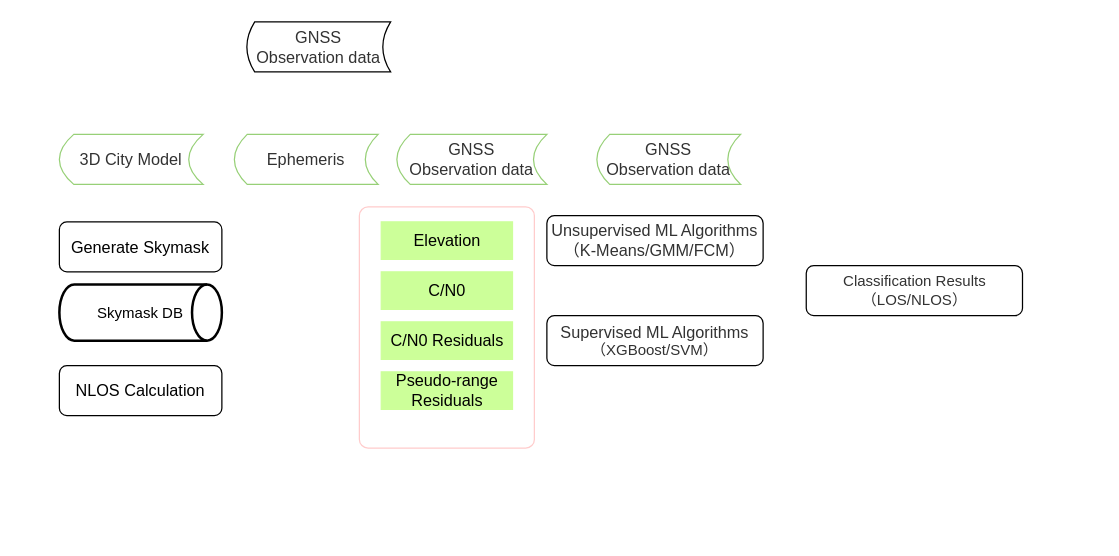
This is drawio/GNSS.drawio from huzihe/pyplot, a draw.io file, before an edit. Source tidied: cells renumbered, new cells numbered last; positions are measured from the earlier drawing's top-left corner, leaving out a move shared by most shapes. Both pictures are drawn from the tidied source at 125%, with x=0, y=0 at pixel (59, 21).
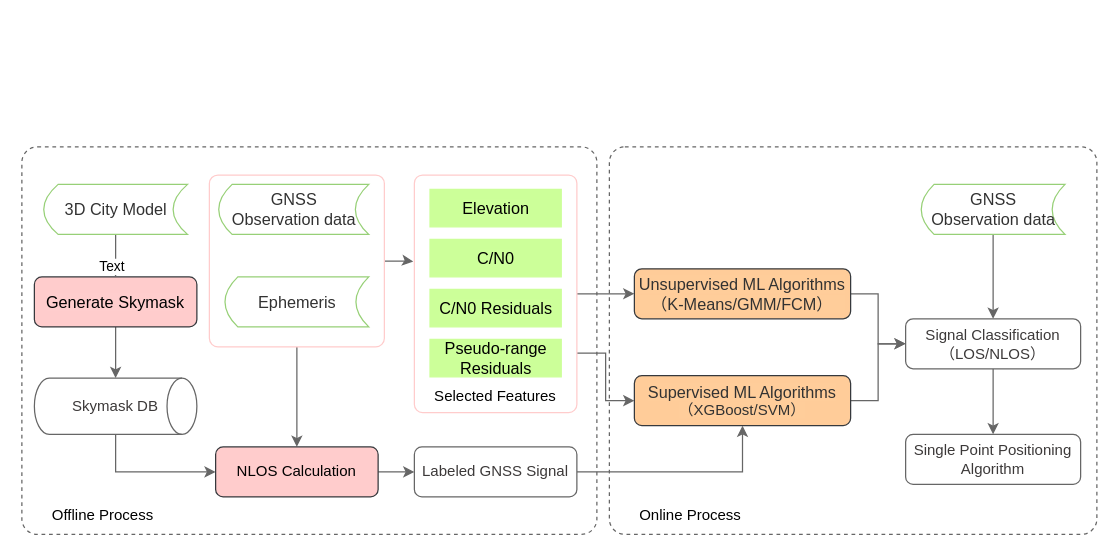
After the change.

Change to the diagram source:
```diff
@@
+    <mxCell id="18" style="rounded=1;whiteSpace=wrap;html=1;arcSize=4;dashed=1;strokeColor=#666666;" parent="1" vertex="1">
+      <mxGeometry x="-30" y="100" width="460" height="310" as="geometry" />
+    </mxCell>
+    <mxCell id="19" style="edgeStyle=orthogonalEdgeStyle;rounded=0;jettySize=auto;html=1;exitX=0.5;exitY=1;exitDx=0;exitDy=0;strokeColor=#666666;" parent="1" edge="1" source="21" target="35">
+      <mxGeometry relative="1" as="geometry" />
+    </mxCell>
+    <mxCell id="20" style="edgeStyle=orthogonalEdgeStyle;rounded=0;jettySize=auto;html=1;entryX=-0.007;entryY=0.364;entryDx=0;entryDy=0;entryPerimeter=0;strokeColor=#666666;" parent="1" edge="1" source="21" target="2">
+      <mxGeometry relative="1" as="geometry" />
+    </mxCell>
+    <mxCell id="21" style="rounded=1;whiteSpace=wrap;html=1;arcSize=5;strokeColor=#FFCCCC;" parent="1" vertex="1">
+      <mxGeometry x="120" y="122.5" width="140" height="137.5" as="geometry" />
+    </mxCell>
+    <mxCell id="22" style="rounded=1;whiteSpace=wrap;html=1;arcSize=4;dashed=1;strokeColor=#666666;" parent="1" vertex="1">
+      <mxGeometry x="440" y="100" width="390" height="310" as="geometry" />
+    </mxCell>
+    <mxCell id="23" style="edgeStyle=orthogonalEdgeStyle;rounded=0;jettySize=auto;html=1;strokeColor=#666666;" parent="1" edge="1" source="2" target="10">
+      <mxGeometry relative="1" as="geometry" />
+    </mxCell>
+    <mxCell id="24" style="edgeStyle=orthogonalEdgeStyle;rounded=0;jettySize=auto;html=1;exitX=1;exitY=0.75;exitDx=0;exitDy=0;entryX=0;entryY=0.5;entryDx=0;entryDy=0;strokeColor=#666666;" parent="1" edge="1" source="2" target="8">
+      <mxGeometry relative="1" as="geometry" />
+    </mxCell>
     <mxCell id="2" style="rounded=1;whiteSpace=wrap;html=1;arcSize=5;strokeColor=#FFCCCC;" parent="1" vertex="1">
-      <mxGeometry x="240" y="148" width="140" height="193" as="geometry" />
+      <mxGeometry x="284" y="122.5" width="130" height="190" as="geometry" />
     </mxCell>
+    <mxCell id="25" style="edgeStyle=orthogonalEdgeStyle;rounded=0;jettySize=auto;html=1;strokeColor=#666666;" parent="1" edge="1" source="3" target="17">
+      <mxGeometry relative="1" as="geometry" />
+    </mxCell>
-    <mxCell id="3" value="&lt;span style=&quot;font-size: 13px ; background-color: rgba(255 , 255 , 255 , 0.01)&quot;&gt;Generate Skymask&lt;/span&gt;" style="rounded=1;whiteSpace=wrap;html=1;" parent="1" vertex="1">
-      <mxGeometry y="160" width="130" height="40" as="geometry" />
+    <mxCell id="3" value="&lt;span style=&quot;font-size: 13px ; background-color: rgba(255 , 255 , 255 , 0.01)&quot;&gt;Generate Skymask&lt;/span&gt;" style="rounded=1;whiteSpace=wrap;html=1;fillColor=#ffcccc;strokeColor=#36393d;" parent="1" vertex="1">
+      <mxGeometry x="-20" y="204" width="130" height="40" as="geometry" />
     </mxCell>
+    <mxCell id="26" style="edgeStyle=orthogonalEdgeStyle;rounded=0;jettySize=auto;html=1;strokeColor=#666666;" parent="1" edge="1" source="4" target="3">
+      <mxGeometry relative="1" as="geometry" />
+    </mxCell>
+    <mxCell id="27" value="Text" style="edgeLabel;html=1;align=center;verticalAlign=middle;" parent="26" vertex="1">
+      <mxGeometry x="0.61" y="-4" relative="1" as="geometry" />
+    </mxCell>
     <mxCell id="4" value="&lt;span style=&quot;color: rgb(50 , 50 , 50) ; font-size: 13px ; background-color: rgba(255 , 255 , 255 , 0.01)&quot;&gt;3D City Model&lt;/span&gt;" style="shape=dataStorage;whiteSpace=wrap;html=1;strokeColor=#97D077;" parent="1" vertex="1">
-      <mxGeometry y="90" width="115" height="40" as="geometry" />
+      <mxGeometry x="-12.5" y="130" width="115" height="40" as="geometry" />
     </mxCell>
     <mxCell id="5" value="&lt;span style=&quot;color: rgb(50 , 50 , 50) ; font-size: 13px ; background-color: rgba(255 , 255 , 255 , 0.01)&quot;&gt;Ephemeris&lt;/span&gt;" style="shape=dataStorage;whiteSpace=wrap;html=1;size=0.08910774562669838;strokeColor=#97D077;" parent="1" vertex="1">
-      <mxGeometry x="140" y="90" width="115" height="40" as="geometry" />
+      <mxGeometry x="132.5" y="204" width="115" height="40" as="geometry" />
     </mxCell>
-    <mxCell id="6" value="&lt;span style=&quot;color: rgb(50 , 50 , 50) ; font-size: 13px ; background-color: rgba(255 , 255 , 255 , 0.01)&quot;&gt;GNSS &lt;br&gt;Observation data&lt;/span&gt;" style="shape=dataStorage;whiteSpace=wrap;html=1;size=0.054325136931046195;" parent="1" vertex="1">
-      <mxGeometry x="150" width="115" height="40" as="geometry" />
-    </mxCell>
     <mxCell id="7" value="&lt;span style=&quot;color: rgb(50 , 50 , 50) ; font-size: 13px ; background-color: rgba(255 , 255 , 255 , 0.01)&quot;&gt;GNSS&lt;/span&gt;&lt;br style=&quot;color: rgb(50 , 50 , 50) ; font-size: 13px&quot;&gt;&lt;span style=&quot;color: rgb(50 , 50 , 50) ; font-size: 13px ; background-color: rgba(255 , 255 , 255 , 0.01)&quot;&gt;Observation data&lt;/span&gt;" style="shape=dataStorage;whiteSpace=wrap;html=1;size=0.08910774562669838;strokeColor=#97D077;" parent="1" vertex="1">
-      <mxGeometry x="270" y="90" width="120" height="40" as="geometry" />
+      <mxGeometry x="127.5" y="130" width="120" height="40" as="geometry" />
     </mxCell>
+    <mxCell id="28" style="edgeStyle=orthogonalEdgeStyle;rounded=0;jettySize=auto;html=1;entryX=0;entryY=0.5;entryDx=0;entryDy=0;strokeColor=#666666;" parent="1" edge="1" source="8" target="11">
+      <mxGeometry relative="1" as="geometry" />
+    </mxCell>
-    <mxCell id="8" value="&lt;span style=&quot;color: rgb(50 , 50 , 50) ; font-size: 13px ; background-color: rgba(255 , 255 , 255 , 0.01)&quot;&gt;Supervised ML Algorithms&lt;/span&gt;&lt;span style=&quot;color: rgb(50 , 50 , 50) ; font-size: inherit ; background-color: rgba(255 , 255 , 255 , 0.01)&quot;&gt;（XGBoost/SVM&lt;/span&gt;&lt;span style=&quot;color: rgb(50 , 50 , 50) ; font-size: inherit ; background-color: rgba(255 , 255 , 255 , 0.01)&quot;&gt;）&lt;/span&gt;" style="rounded=1;whiteSpace=wrap;html=1;" parent="1" vertex="1">
-      <mxGeometry x="390" y="235" width="173" height="40" as="geometry" />
+    <mxCell id="8" value="&lt;span style=&quot;color: rgb(50 , 50 , 50) ; font-size: 13px ; background-color: rgba(255 , 255 , 255 , 0.01)&quot;&gt;Supervised ML Algorithms&lt;/span&gt;&lt;span style=&quot;color: rgb(50 , 50 , 50) ; font-size: inherit ; background-color: rgba(255 , 255 , 255 , 0.01)&quot;&gt;（XGBoost/SVM&lt;/span&gt;&lt;span style=&quot;color: rgb(50 , 50 , 50) ; font-size: inherit ; background-color: rgba(255 , 255 , 255 , 0.01)&quot;&gt;）&lt;/span&gt;" style="rounded=1;whiteSpace=wrap;html=1;fillColor=#ffcc99;strokeColor=#36393d;" parent="1" vertex="1">
+      <mxGeometry x="460" y="283" width="173" height="40" as="geometry" />
     </mxCell>
+    <mxCell id="29" style="edgeStyle=orthogonalEdgeStyle;rounded=0;jettySize=auto;html=1;exitX=1;exitY=0.5;exitDx=0;exitDy=0;strokeColor=#666666;" parent="1" edge="1" source="9" target="8">
+      <mxGeometry relative="1" as="geometry" />
+    </mxCell>
-    <mxCell id="9" value="&lt;span style=&quot;font-size: 13px ; background-color: rgba(255 , 255 , 255 , 0.01)&quot;&gt;NLOS Calculation&lt;/span&gt;" style="rounded=1;whiteSpace=wrap;html=1;" parent="1" vertex="1">
-      <mxGeometry y="275" width="130" height="40" as="geometry" />
+    <mxCell id="9" value="Labeled GNSS Signal" style="rounded=1;whiteSpace=wrap;html=1;strokeColor=#666666;fontColor=#3c3939;" parent="1" vertex="1">
+      <mxGeometry x="284" y="340" width="130" height="40" as="geometry" />
     </mxCell>
+    <mxCell id="30" style="edgeStyle=orthogonalEdgeStyle;rounded=0;jettySize=auto;html=1;strokeColor=#666666;" parent="1" edge="1" source="10" target="11">
+      <mxGeometry relative="1" as="geometry" />
+    </mxCell>
-    <mxCell id="10" value="&lt;span style=&quot;color: rgb(50 , 50 , 50) ; font-size: 13px ; background-color: rgba(255 , 255 , 255 , 0.01)&quot;&gt;Unsupervised ML Algorithms&lt;/span&gt;&lt;div style=&quot;resize: none ; font-size: 13px ; color: rgb(50 , 50 , 50) ; background-color: rgba(255 , 255 , 255 , 0.01)&quot;&gt;（K-Means/GMM/FCM&lt;span style=&quot;font-size: inherit&quot;&gt;）&lt;/span&gt;&lt;/div&gt;" style="rounded=1;whiteSpace=wrap;html=1;" parent="1" vertex="1">
-      <mxGeometry x="390" y="155" width="173" height="40" as="geometry" />
+    <mxCell id="10" value="&lt;span style=&quot;color: rgb(50 , 50 , 50) ; font-size: 13px ; background-color: rgba(255 , 255 , 255 , 0.01)&quot;&gt;Unsupervised ML Algorithms&lt;/span&gt;&lt;div style=&quot;resize: none ; font-size: 13px ; color: rgb(50 , 50 , 50) ; background-color: rgba(255 , 255 , 255 , 0.01)&quot;&gt;（K-Means/GMM/FCM&lt;span style=&quot;font-size: inherit&quot;&gt;）&lt;/span&gt;&lt;/div&gt;" style="rounded=1;whiteSpace=wrap;html=1;fillColor=#ffcc99;strokeColor=#36393d;" parent="1" vertex="1">
+      <mxGeometry x="460" y="197.5" width="173" height="40" as="geometry" />
     </mxCell>
+    <mxCell id="31" style="edgeStyle=orthogonalEdgeStyle;rounded=0;jettySize=auto;html=1;strokeColor=#666666;" parent="1" edge="1" source="11" target="37">
+      <mxGeometry relative="1" as="geometry" />
+    </mxCell>
-    <mxCell id="11" value="&lt;span style=&quot;color: rgb(50 , 50 , 50) ; font-size: inherit ; background-color: rgba(255 , 255 , 255 , 0.01)&quot;&gt;Classification Results（LOS/NLOS&lt;/span&gt;&lt;span style=&quot;color: rgb(50 , 50 , 50) ; font-size: inherit ; background-color: rgba(255 , 255 , 255 , 0.01)&quot;&gt;）&lt;/span&gt;" style="rounded=1;whiteSpace=wrap;html=1;" parent="1" vertex="1">
-      <mxGeometry x="597.5" y="195" width="173" height="40" as="geometry" />
+    <mxCell id="11" value="&lt;span style=&quot;font-size: inherit; background-color: rgba(255, 255, 255, 0.01);&quot;&gt;Signal Classification（LOS/NLOS&lt;/span&gt;&lt;span style=&quot;font-size: inherit; background-color: rgba(255, 255, 255, 0.01);&quot;&gt;）&lt;/span&gt;" style="rounded=1;whiteSpace=wrap;html=1;strokeColor=#666666;fontColor=#3c3939;" parent="1" vertex="1">
+      <mxGeometry x="677" y="237.5" width="140" height="40" as="geometry" />
     </mxCell>
+    <mxCell id="32" style="edgeStyle=orthogonalEdgeStyle;rounded=0;jettySize=auto;html=1;strokeColor=#666666;" parent="1" edge="1" source="12" target="11">
+      <mxGeometry relative="1" as="geometry" />
+    </mxCell>
     <mxCell id="12" value="&lt;span style=&quot;color: rgb(50 , 50 , 50) ; font-size: 13px ; background-color: rgba(255 , 255 , 255 , 0.01)&quot;&gt;GNSS &lt;br&gt;Observation data&lt;/span&gt;" style="shape=dataStorage;whiteSpace=wrap;html=1;size=0.08910774562669838;strokeColor=#97D077;" parent="1" vertex="1">
-      <mxGeometry x="430" y="90" width="115" height="40" as="geometry" />
+      <mxGeometry x="689.5" y="130" width="115" height="40" as="geometry" />
     </mxCell>
     <mxCell id="13" value="&lt;span style=&quot;font-size: 13px; background-color: rgba(255, 255, 255, 0.01);&quot;&gt;Elevation&lt;/span&gt;" style="rounded=0;whiteSpace=wrap;html=1;strokeColor=#CCFF99;fillColor=#CCFF99;fontColor=#000000;" parent="1" vertex="1">
-      <mxGeometry x="257.5" y="160" width="105" height="30" as="geometry" />
+      <mxGeometry x="296.5" y="134" width="105" height="30" as="geometry" />
     </mxCell>
     <mxCell id="14" value="&lt;span style=&quot;font-size: 13px; background-color: rgba(255, 255, 255, 0.01);&quot;&gt;C/N0&lt;/span&gt;" style="rounded=0;whiteSpace=wrap;html=1;strokeColor=#CCFF99;fillColor=#CCFF99;fontColor=#000000;" parent="1" vertex="1">
-      <mxGeometry x="257.5" y="200" width="105" height="30" as="geometry" />
+      <mxGeometry x="296.5" y="174" width="105" height="30" as="geometry" />
     </mxCell>
     <mxCell id="15" value="&lt;span style=&quot;font-size: 13px; background-color: rgba(255, 255, 255, 0.01);&quot;&gt;C/N0 Residuals&lt;/span&gt;" style="rounded=0;whiteSpace=wrap;html=1;strokeColor=#CCFF99;fillColor=#CCFF99;fontColor=#000000;" parent="1" vertex="1">
-      <mxGeometry x="257.5" y="240" width="105" height="30" as="geometry" />
+      <mxGeometry x="296.5" y="214" width="105" height="30" as="geometry" />
     </mxCell>
     <mxCell id="16" value="&lt;span style=&quot;font-size: 13px; background-color: rgba(255, 255, 255, 0.01);&quot;&gt;Pseudo-range Residuals&lt;/span&gt;" style="rounded=0;whiteSpace=wrap;html=1;strokeColor=#CCFF99;fillColor=#CCFF99;fontColor=#000000;" parent="1" vertex="1">
-      <mxGeometry x="257.5" y="280" width="105" height="30" as="geometry" />
+      <mxGeometry x="296.5" y="254" width="105" height="30" as="geometry" />
     </mxCell>
+    <mxCell id="33" style="edgeStyle=orthogonalEdgeStyle;rounded=0;jettySize=auto;html=1;exitX=0.5;exitY=1;exitDx=0;exitDy=0;exitPerimeter=0;entryX=0;entryY=0.5;entryDx=0;entryDy=0;strokeColor=#666666;" parent="1" edge="1" source="17" target="35">
+      <mxGeometry relative="1" as="geometry" />
+    </mxCell>
-    <mxCell id="17" value="Skymask DB" style="strokeWidth=2;html=1;shape=mxgraph.flowchart.direct_data;whiteSpace=wrap;" parent="1" vertex="1">
-      <mxGeometry y="210" width="130" height="45" as="geometry" />
+    <mxCell id="17" value="Skymask DB" style="strokeWidth=1;html=1;shape=mxgraph.flowchart.direct_data;whiteSpace=wrap;strokeColor=#666666;fontColor=#3c3939;" parent="1" vertex="1">
+      <mxGeometry x="-20" y="285" width="130" height="45" as="geometry" />
     </mxCell>
+    <mxCell id="34" style="edgeStyle=orthogonalEdgeStyle;rounded=0;jettySize=auto;html=1;strokeColor=#666666;" parent="1" edge="1" source="35" target="9">
+      <mxGeometry relative="1" as="geometry" />
+    </mxCell>
+    <mxCell id="35" value="NLOS Calculation" style="rounded=1;whiteSpace=wrap;html=1;fillColor=#ffcccc;strokeColor=#36393d;" parent="1" vertex="1">
+      <mxGeometry x="125" y="340" width="130" height="40" as="geometry" />
+    </mxCell>
+    <mxCell id="36" value="Selected Features" style="text;html=1;strokeColor=none;fillColor=none;align=center;verticalAlign=middle;whiteSpace=wrap;rounded=0;" parent="1" vertex="1">
+      <mxGeometry x="294" y="285" width="110" height="30" as="geometry" />
+    </mxCell>
+    <mxCell id="37" value="Single Point Positioning Algorithm" style="rounded=1;whiteSpace=wrap;html=1;strokeColor=#666666;fontColor=#3c3939;" parent="1" vertex="1">
+      <mxGeometry x="677" y="330" width="140" height="40" as="geometry" />
+    </mxCell>
+    <mxCell id="38" value="Offline Process" style="text;html=1;strokeColor=none;fillColor=none;align=center;verticalAlign=middle;whiteSpace=wrap;rounded=0;" parent="1" vertex="1">
+      <mxGeometry x="-20" y="380" width="110" height="30" as="geometry" />
+    </mxCell>
+    <mxCell id="39" value="Online Process" style="text;html=1;strokeColor=none;fillColor=none;align=center;verticalAlign=middle;whiteSpace=wrap;rounded=0;" parent="1" vertex="1">
+      <mxGeometry x="450" y="380" width="110" height="30" as="geometry" />
+    </mxCell>
```
